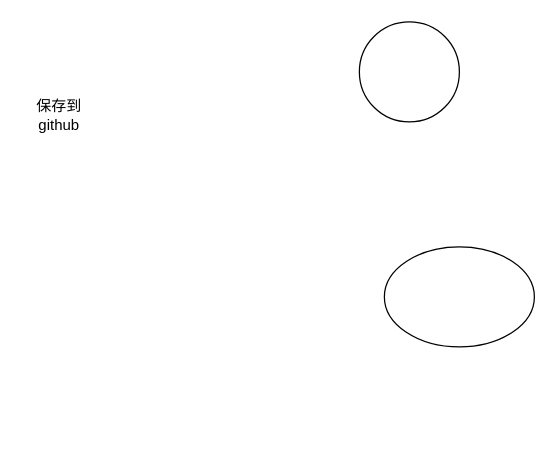
The draw.io diagram page "第 1 页" (1 of 2) of 未命名绘图.drawio in njzsky/Public, before the edit. Source tidied: cells renumbered, new cells numbered last; positions are measured from the earlier drawing's top-left corner, leaving out a move shared by most shapes. Both pictures are drawn from the tidied source at 125%, with x=0, y=0 at pixel (21, 21).
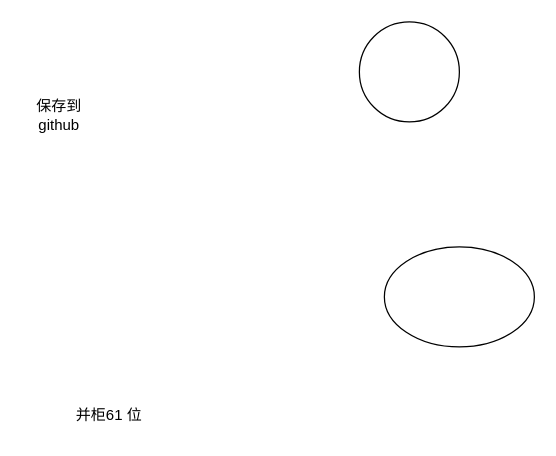
Above is the later version.

Commit message:
更新未命名绘图.drawio

Change to the diagram source:
```diff
@@
 <mxGraphModel>
   <root>
     <mxCell id="0" />
     <mxCell id="1" parent="0" />
     <mxCell id="2" style="ellipse;whiteSpace=wrap;html=1;" parent="1" vertex="1">
       <mxGeometry x="270" width="80" height="80" as="geometry" />
     </mxCell>
     <mxCell id="3" style="ellipse;whiteSpace=wrap;html=1;" parent="1" vertex="1">
       <mxGeometry x="290" y="180" width="120" height="80" as="geometry" />
     </mxCell>
     <mxCell id="4" value="保存到github" style="text;html=1;align=center;verticalAlign=middle;whiteSpace=wrap;rounded=0;" parent="1" vertex="1">
       <mxGeometry y="60" width="60" height="30" as="geometry" />
     </mxCell>
+    <mxCell id="5" value="并柜61 位" style="text;html=1;align=center;verticalAlign=middle;whiteSpace=wrap;rounded=0;" parent="1" vertex="1">
+      <mxGeometry x="40" y="300" width="60" height="30" as="geometry" />
+    </mxCell>
   </root>
 </mxGraphModel>
```
